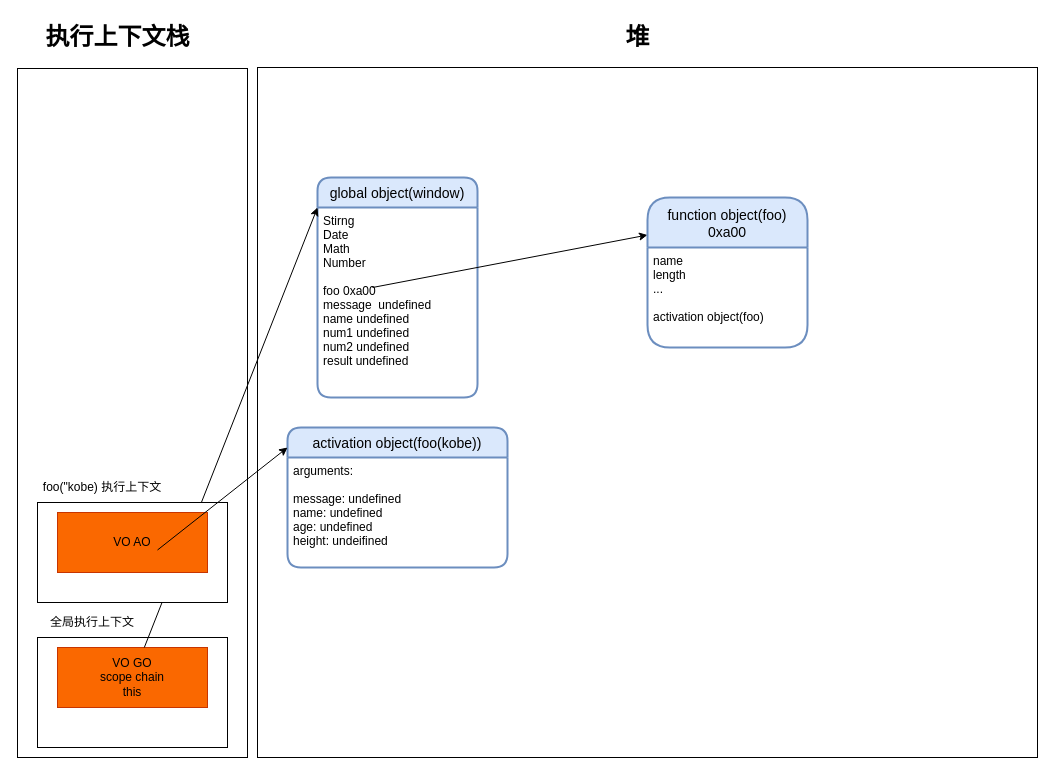
henryzeo/frond-end-study keeps this draw.io diagram as page "foo执行前" (1 of 4) of JavaScript/13_浏览器运行和JS运行原理/drawing/03_函数代码的相互作用.dio. Above is the earlier version. Source tidied: cells renumbered, new cells numbered last; positions are measured from the earlier drawing's top-left corner, leaving out a move shared by most shapes. Both pictures are drawn from the tidied source at 100%, with x=0, y=0 at pixel (17, 17).
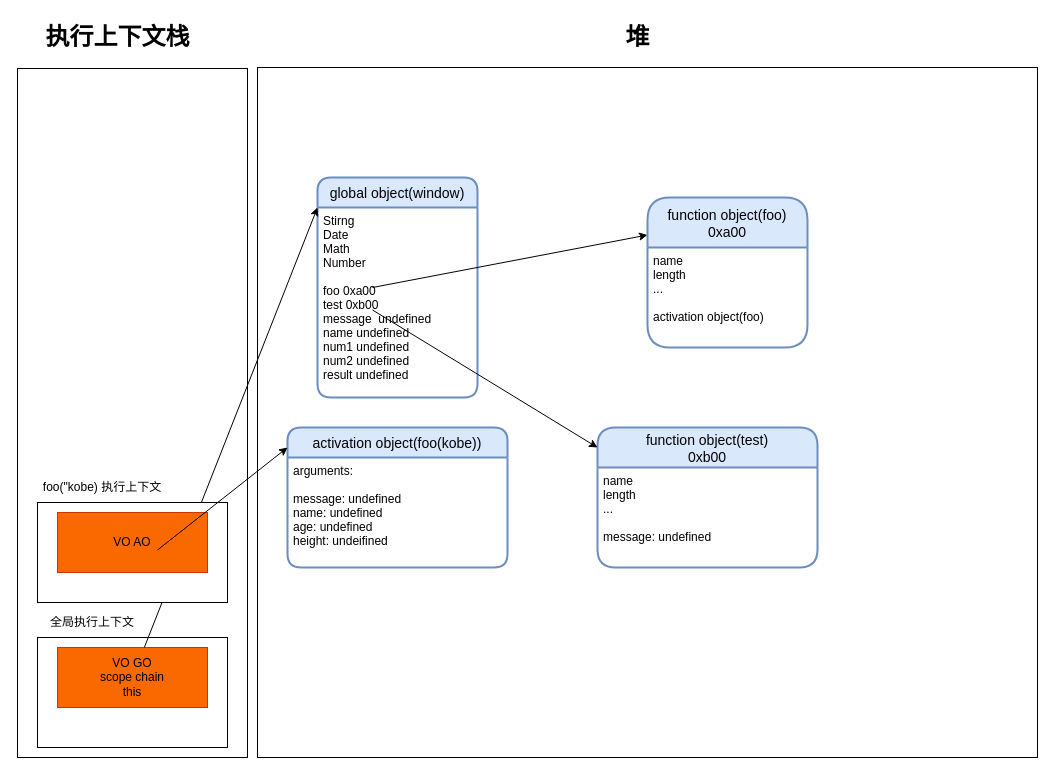
The same page after the edit.

The change refers to these unchanged cells:
```xml
<mxCell id="5" value="global object(window)" style="swimlane;horizontal=1;startSize=30;rounded=1;fontSize=14;fontStyle=0;strokeWidth=2;shadow=0;dashed=0;align=center;fillColor=#dae8fc;strokeColor=#6c8ebf;" parent="1" vertex="1">
  <mxGeometry x="300" y="160" width="160" height="220" as="geometry" />
</mxCell>
```

What changed in the source:
```diff
@@
-    <mxCell id="7" value="Stirng&#10;Date&#10;Math&#10;Number&#10;&#10;foo 0xa00&#10;message  undefined&#10;name undefined&#10;num1 undefined&#10;num2 undefined&#10;result undefined" style="align=left;strokeColor=none;fillColor=none;spacingLeft=4;fontSize=12;verticalAlign=top;" parent="5" vertex="1">
+    <mxCell id="7" value="Stirng&#10;Date&#10;Math&#10;Number&#10;&#10;foo 0xa00&#10;test 0xb00&#10;message  undefined&#10;name undefined&#10;num1 undefined&#10;num2 undefined&#10;result undefined" style="align=left;strokeColor=none;fillColor=none;spacingLeft=4;fontSize=12;verticalAlign=top;" parent="5" vertex="1">
       <mxGeometry y="30" width="160" height="190" as="geometry" />
     </mxCell>
@@
+    <mxCell id="21" value="function object(test)&#10;0xb00" style="swimlane;horizontal=1;startSize=40;rounded=1;fontSize=14;fontStyle=0;strokeWidth=2;shadow=0;dashed=0;align=center;fillColor=#dae8fc;strokeColor=#6c8ebf;" parent="1" vertex="1">
+      <mxGeometry x="580" y="410" width="220" height="140" as="geometry" />
+    </mxCell>
+    <mxCell id="22" value="name&#10;length&#10;...&#10;&#10;message: undefined" style="align=left;strokeColor=none;fillColor=none;spacingLeft=4;fontSize=12;verticalAlign=top;" parent="21" vertex="1">
+      <mxGeometry y="40" width="220" height="100" as="geometry" />
+    </mxCell>
+    <mxCell id="23" style="endArrow=classic;html=1;entryX=0;entryY=0.143;entryDx=0;entryDy=0;entryPerimeter=0;" parent="1" edge="1" target="21">
+      <mxGeometry relative="1" as="geometry">
+        <mxPoint x="355" y="292.5" as="sourcePoint" />
+      </mxGeometry>
+    </mxCell>
```
